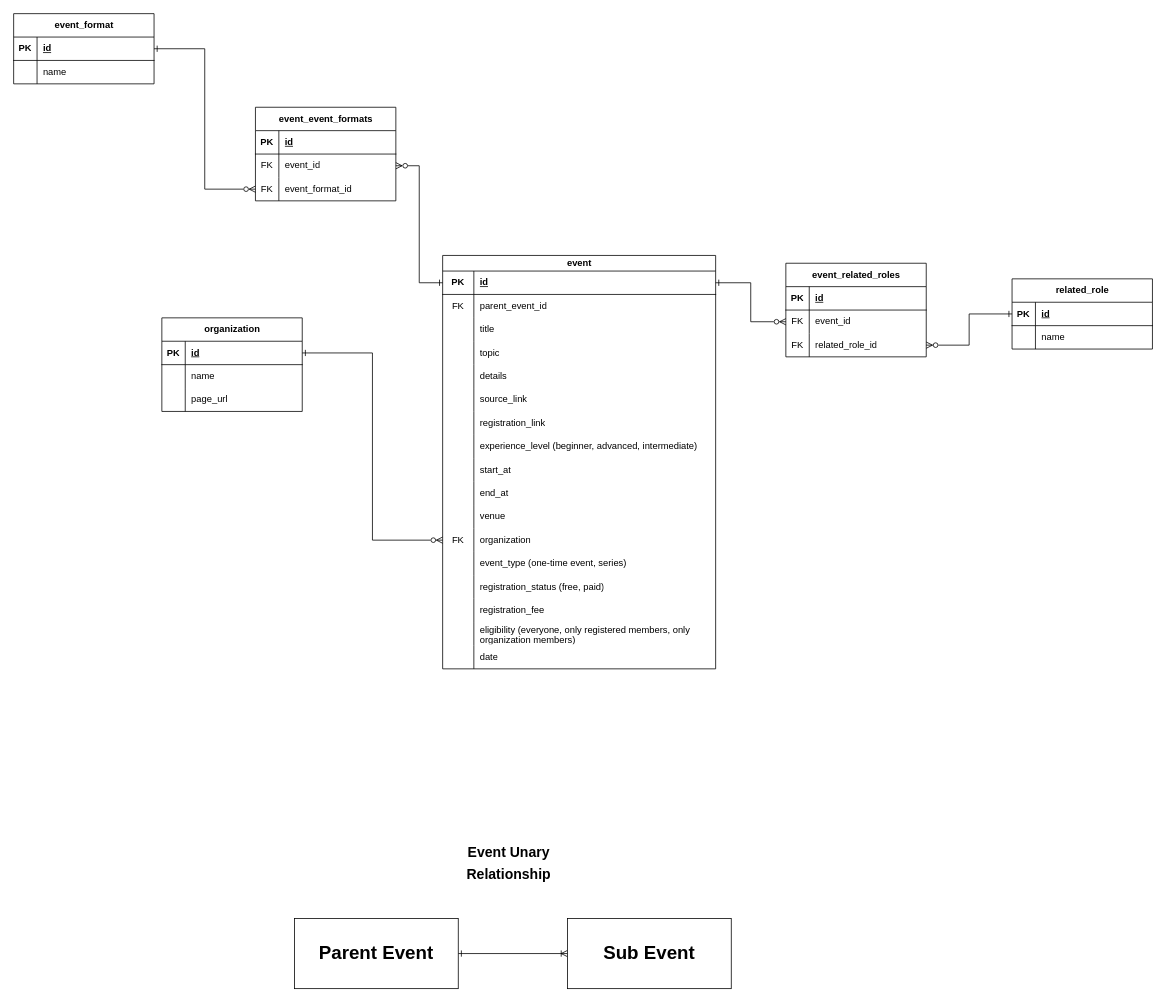
Earlier version of the draw.io diagram 2Gether.drawio (RHILIUS/drawio). Source tidied: cells renumbered, new cells numbered last; positions are measured from the earlier drawing's top-left corner, leaving out a move shared by most shapes. Both pictures are drawn from the tidied source at 78%, with x=0, y=0 at pixel (13, 13).
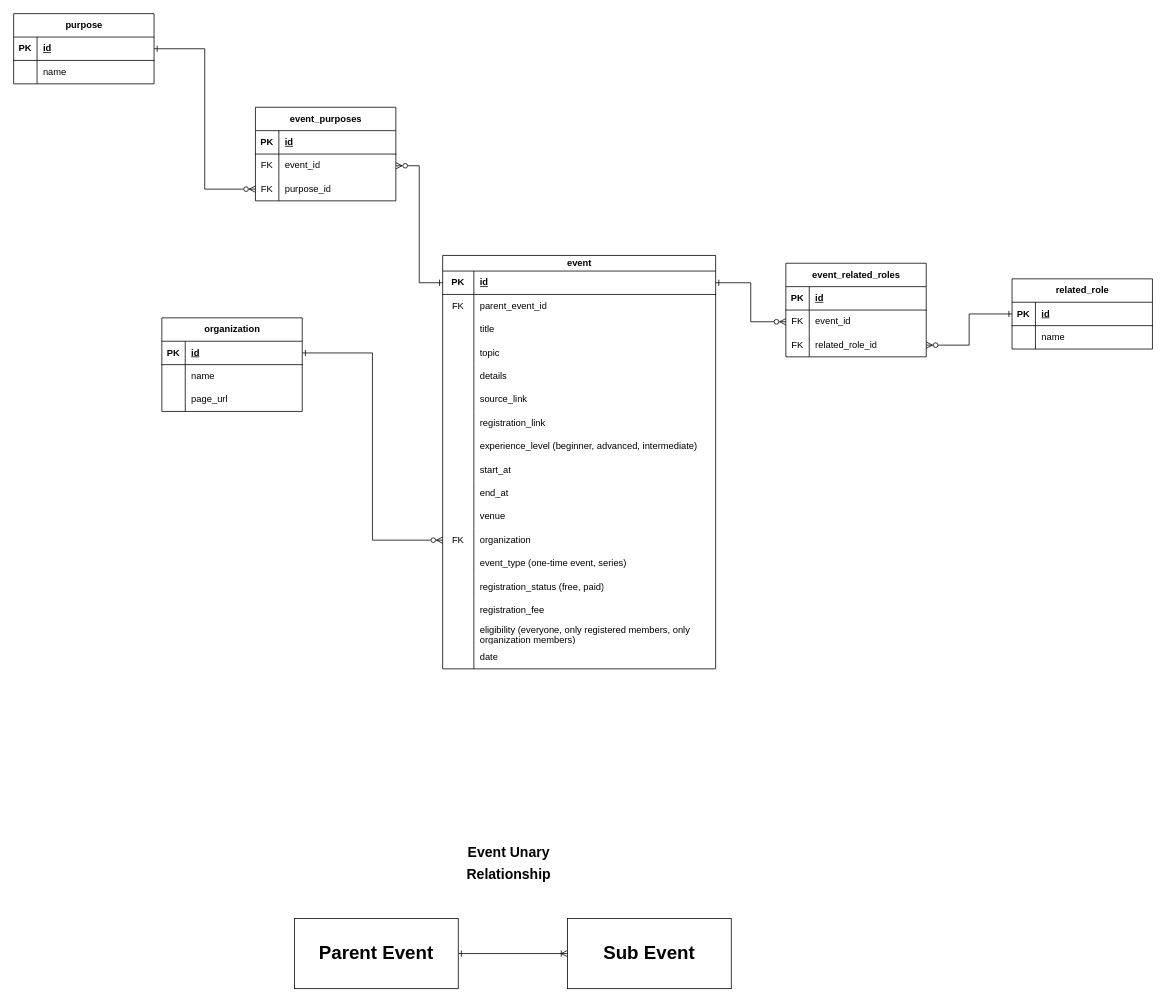
The same diagram, later.

Commit message:
change event format to purpose

The change refers to these unchanged cells:
```xml
<mxCell id="98" style="shape=tableRow;horizontal=0;startSize=0;swimlaneHead=0;swimlaneBody=0;fillColor=none;points=[[0,0.5],[1,0.5]];portConstraint=eastwest;top=0;left=0;right=0;bottom=0;" parent="91" vertex="1">
  <mxGeometry y="90" width="180" height="30" as="geometry" />
</mxCell>
```

Change to the diagram source:
```diff
@@
-    <mxCell id="71" value="event_format" style="shape=table;startSize=30;childLayout=tableLayout;rowLines=0;fontStyle=1;align=center;html=1;" parent="1" vertex="1">
+    <mxCell id="71" value="purpose" style="shape=table;startSize=30;childLayout=tableLayout;rowLines=0;fontStyle=1;align=center;html=1;" parent="1" vertex="1">
       <mxGeometry width="180" height="90" as="geometry" />
     </mxCell>
@@
-    <mxCell id="91" value="event_event_formats" style="shape=table;startSize=30;childLayout=tableLayout;rowLines=0;fontStyle=1;align=center;html=1;" parent="1" vertex="1">
+    <mxCell id="91" value="event_purposes" style="shape=table;startSize=30;childLayout=tableLayout;rowLines=0;fontStyle=1;align=center;html=1;" parent="1" vertex="1">
       <mxGeometry x="310" y="120" width="180" height="120" as="geometry" />
     </mxCell>
@@
-    <mxCell id="100" value="event_format_id" style="shape=partialRectangle;fillColor=none;top=0;left=0;bottom=0;right=0;align=left;spacingLeft=6;overflow=hidden;whiteSpace=wrap;html=1;" parent="98" vertex="1">
+    <mxCell id="100" value="purpose_id" style="shape=partialRectangle;fillColor=none;top=0;left=0;bottom=0;right=0;align=left;spacingLeft=6;overflow=hidden;whiteSpace=wrap;html=1;" parent="98" vertex="1">
       <mxGeometry x="30" width="150" height="30" as="geometry" />
     </mxCell>
```
